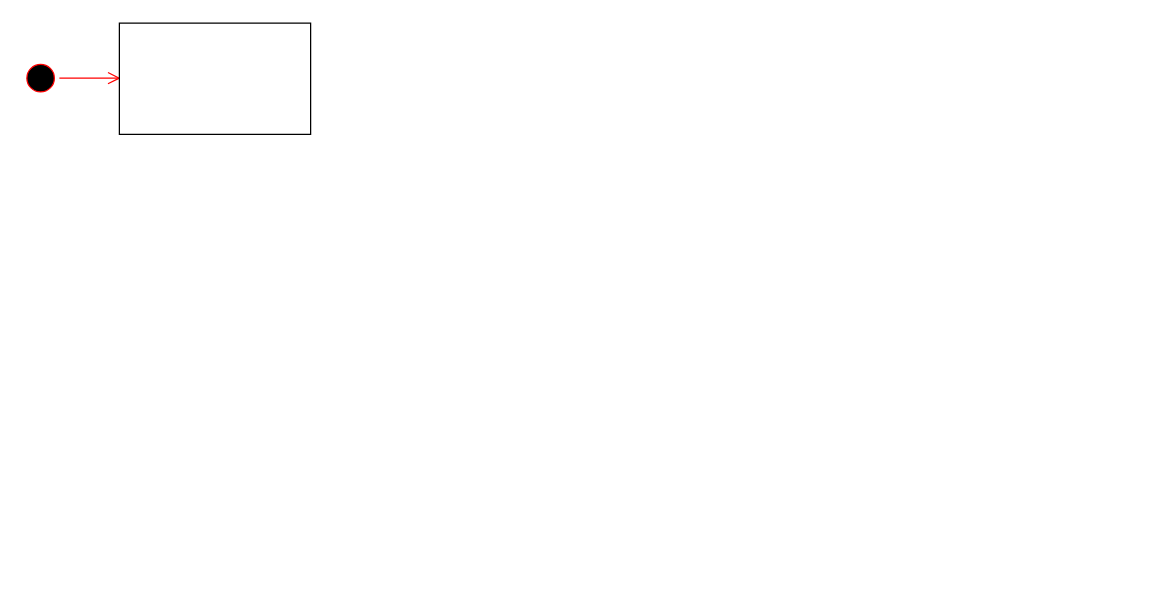
PabloDavid2004/Progamation keeps this draw.io diagram as Diagrama sin título.drawio. Above is the earlier version. Source tidied: cells renumbered, new cells numbered last; positions are measured from the earlier drawing's top-left corner, leaving out a move shared by most shapes. Both pictures are drawn from the tidied source at 125%, with x=0, y=0 at pixel (21, 22).
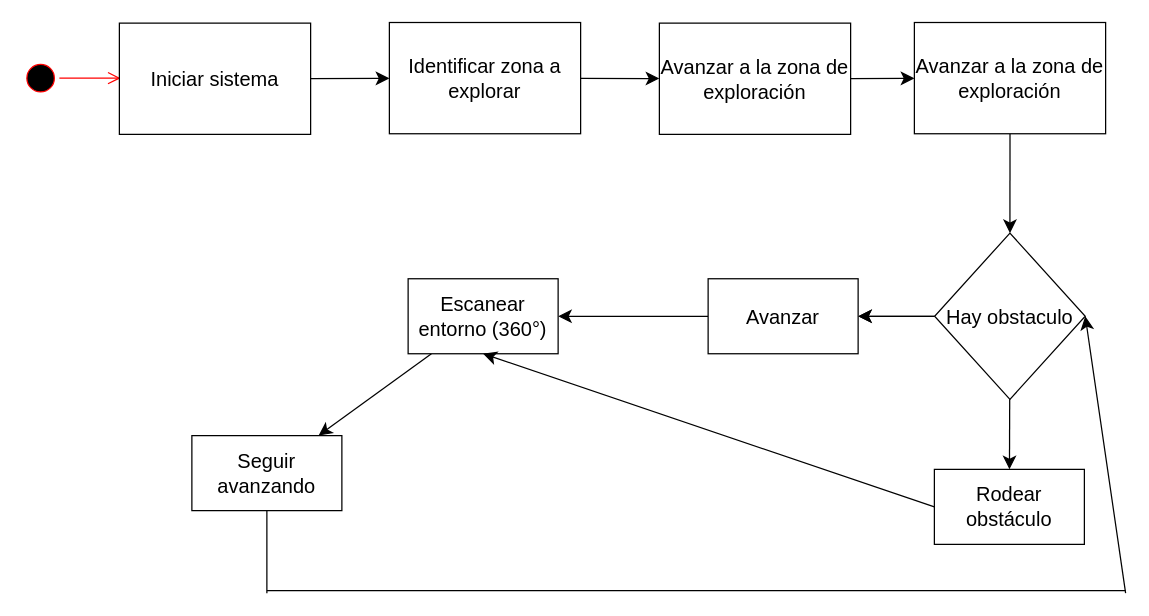
After the change.

Commit message:
Diagrama de Actividad

Change to the diagram source:
```diff
@@
+    <mxCell id="5" style="edgeStyle=none;curved=1;rounded=0;jettySize=auto;html=1;fontSize=12;startSize=8;endSize=8;" parent="1" edge="1" source="4" target="7">
+      <mxGeometry relative="1" as="geometry" />
+    </mxCell>
-    <mxCell id="4" style="rounded=0;whiteSpace=wrap;html=1;fontSize=16;align=center;" parent="1" vertex="1">
+    <mxCell id="4" value="Iniciar sistema" style="rounded=0;whiteSpace=wrap;html=1;fontSize=16;align=center;" parent="1" vertex="1">
       <mxGeometry x="78" width="153" height="89" as="geometry" />
     </mxCell>
+    <mxCell id="6" style="edgeStyle=none;curved=1;rounded=0;jettySize=auto;html=1;fontSize=12;startSize=8;endSize=8;" parent="1" edge="1" source="7" target="9">
+      <mxGeometry relative="1" as="geometry" />
+    </mxCell>
+    <mxCell id="7" value="Identificar zona a explorar" style="rounded=0;whiteSpace=wrap;html=1;fontSize=16;align=center;" parent="1" vertex="1">
+      <mxGeometry x="294" y="-0.5" width="153" height="89" as="geometry" />
+    </mxCell>
+    <mxCell id="8" style="edgeStyle=none;curved=1;rounded=0;jettySize=auto;html=1;fontSize=12;startSize=8;endSize=8;" parent="1" edge="1" source="9" target="11">
+      <mxGeometry relative="1" as="geometry" />
+    </mxCell>
+    <mxCell id="9" value="Avanzar a la zona de exploración" style="rounded=0;whiteSpace=wrap;html=1;fontSize=16;align=center;" parent="1" vertex="1">
+      <mxGeometry x="510" width="153" height="89" as="geometry" />
+    </mxCell>
+    <mxCell id="10" style="edgeStyle=none;curved=1;rounded=0;jettySize=auto;html=1;fontSize=12;startSize=8;endSize=8;" parent="1" edge="1" source="11" target="15">
+      <mxGeometry relative="1" as="geometry" />
+    </mxCell>
+    <mxCell id="11" value="Avanzar a la zona de exploración" style="rounded=0;whiteSpace=wrap;html=1;fontSize=16;align=center;" parent="1" vertex="1">
+      <mxGeometry x="714" y="-0.5" width="153" height="89" as="geometry" />
+    </mxCell>
+    <mxCell id="12" style="edgeStyle=none;curved=1;rounded=0;jettySize=auto;html=1;fontSize=12;startSize=8;endSize=8;" parent="1" edge="1" source="15" target="17">
+      <mxGeometry relative="1" as="geometry" />
+    </mxCell>
+    <mxCell id="13" style="edgeStyle=none;curved=1;rounded=0;jettySize=auto;html=1;fontSize=12;startSize=8;endSize=8;" parent="1" edge="1" source="15" target="17">
+      <mxGeometry relative="1" as="geometry" />
+    </mxCell>
+    <mxCell id="14" style="edgeStyle=none;curved=1;rounded=0;jettySize=auto;html=1;fontSize=12;startSize=8;endSize=8;" parent="1" edge="1" source="15" target="21">
+      <mxGeometry relative="1" as="geometry" />
+    </mxCell>
+    <mxCell id="15" value="Hay obstaculo" style="rhombus;whiteSpace=wrap;html=1;fontSize=16;flipH=1;flipV=1;" parent="1" vertex="1">
+      <mxGeometry x="730.2" y="168" width="120.5" height="133" as="geometry" />
+    </mxCell>
+    <mxCell id="16" style="edgeStyle=none;curved=1;rounded=0;jettySize=auto;html=1;fontSize=12;startSize=8;endSize=8;" parent="1" edge="1" source="17" target="19">
+      <mxGeometry relative="1" as="geometry" />
+    </mxCell>
+    <mxCell id="17" value="Avanzar" style="whiteSpace=wrap;html=1;fontSize=16;" parent="1" vertex="1">
+      <mxGeometry x="549" y="204.5" width="120" height="60" as="geometry" />
+    </mxCell>
+    <mxCell id="18" style="edgeStyle=none;curved=1;rounded=0;jettySize=auto;html=1;fontSize=12;startSize=8;endSize=8;" parent="1" edge="1" source="19" target="22">
+      <mxGeometry relative="1" as="geometry" />
+    </mxCell>
+    <mxCell id="19" value="Escanear entorno (360°)" style="whiteSpace=wrap;html=1;fontSize=16;" parent="1" vertex="1">
+      <mxGeometry x="309" y="204.5" width="120" height="60" as="geometry" />
+    </mxCell>
+    <mxCell id="20" style="edgeStyle=none;curved=1;rounded=0;jettySize=auto;html=1;exitX=0;exitY=0.5;exitDx=0;exitDy=0;entryX=0.5;entryY=1;entryDx=0;entryDy=0;fontSize=12;startSize=8;endSize=8;" parent="1" edge="1" source="21" target="19">
+      <mxGeometry relative="1" as="geometry" />
+    </mxCell>
+    <mxCell id="21" value="Rodear obstáculo" style="whiteSpace=wrap;html=1;fontSize=16;" parent="1" vertex="1">
+      <mxGeometry x="730" y="357" width="120" height="60" as="geometry" />
+    </mxCell>
+    <mxCell id="22" value="Seguir avanzando" style="whiteSpace=wrap;html=1;fontSize=16;" parent="1" vertex="1">
+      <mxGeometry x="136" y="330" width="120" height="60" as="geometry" />
+    </mxCell>
+    <mxCell id="23" style="endArrow=none;html=1;rounded=0;fontSize=12;startSize=8;endSize=8;curved=1;entryX=0.5;entryY=1;entryDx=0;entryDy=0;" parent="1" edge="1" target="22">
+      <mxGeometry relative="1" as="geometry">
+        <mxPoint x="196" y="456" as="sourcePoint" />
+      </mxGeometry>
+    </mxCell>
+    <mxCell id="24" style="endArrow=none;html=1;rounded=0;fontSize=12;startSize=8;endSize=8;curved=1;" parent="1" edge="1">
+      <mxGeometry relative="1" as="geometry">
+        <mxPoint x="196" y="454" as="sourcePoint" />
+        <mxPoint x="883" y="454" as="targetPoint" />
+      </mxGeometry>
+    </mxCell>
+    <mxCell id="25" style="endArrow=classic;html=1;rounded=0;fontSize=12;startSize=8;endSize=8;curved=1;entryX=1;entryY=0.5;entryDx=0;entryDy=0;" parent="1" edge="1" target="15">
+      <mxGeometry relative="1" as="geometry">
+        <mxPoint x="883" y="456" as="sourcePoint" />
+      </mxGeometry>
+    </mxCell>
```
